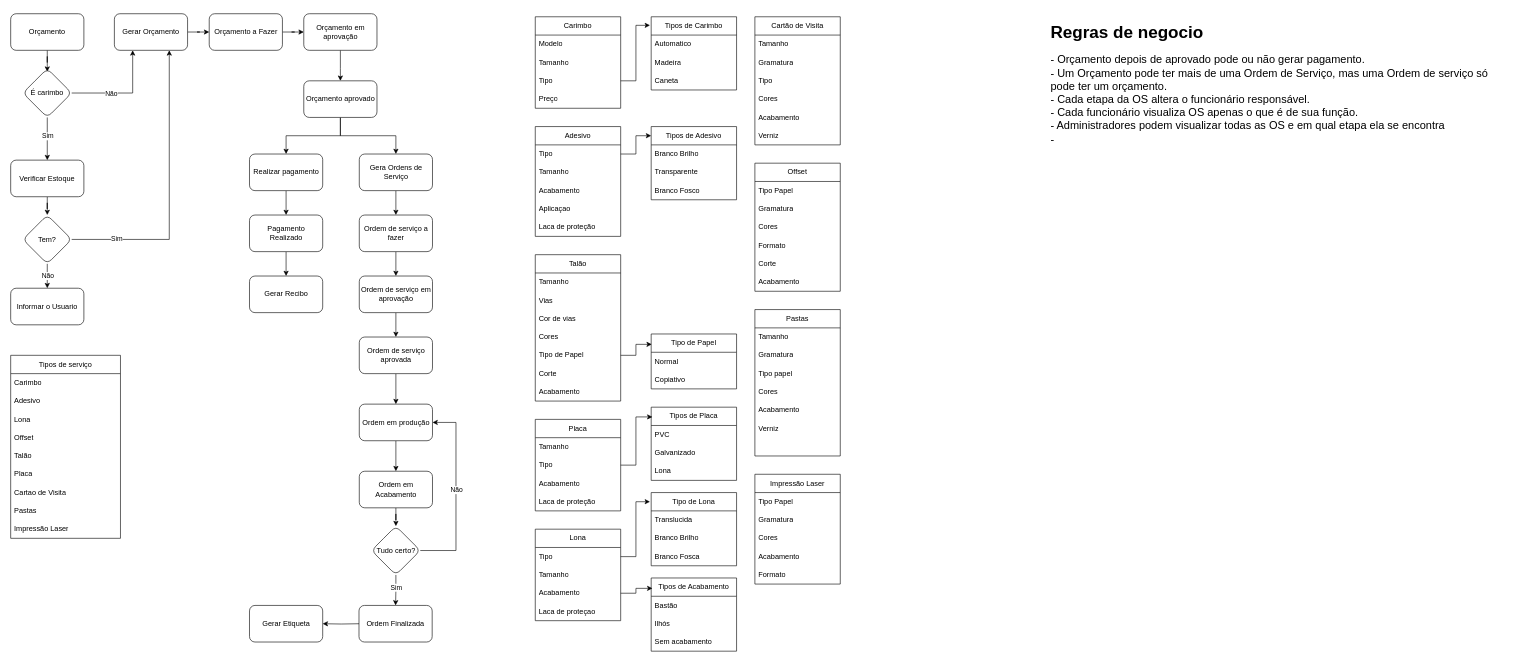
Above: Diagrama sem nome.drawio in lucasbins/diagrams (draw.io), before the change. Source tidied: cells renumbered, new cells numbered last; positions are measured from the earlier drawing's top-left corner, leaving out a move shared by most shapes. Both pictures are drawn from the tidied source at 61%, with x=0, y=0 at pixel (10, 13).
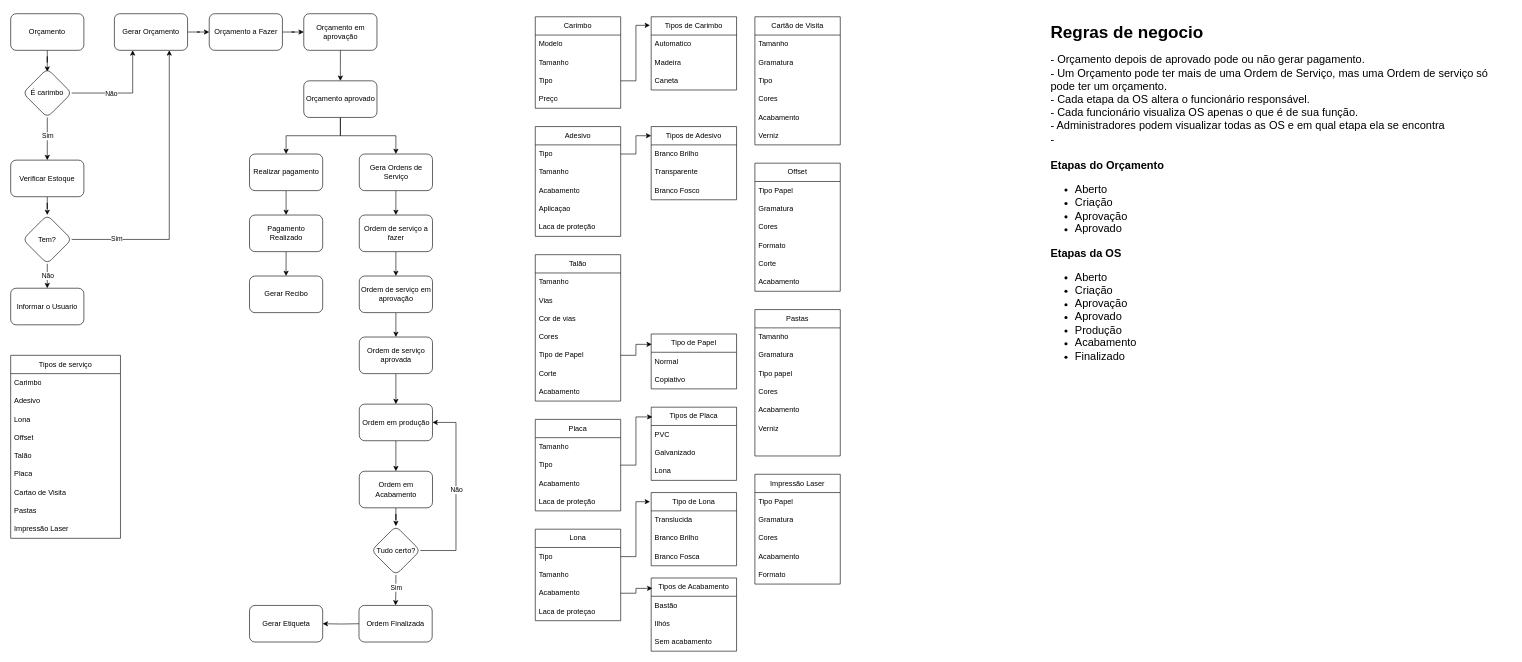
The same page after the edit.

Change to the diagram source:
```diff
@@
-    <mxCell id="147" value="&lt;h1 style=&quot;font-size: 28px;&quot;&gt;&lt;font style=&quot;font-size: 28px;&quot;&gt;Regras de negocio&lt;/font&gt;&lt;/h1&gt;&lt;div style=&quot;font-size: 18px;&quot;&gt;&lt;font style=&quot;font-size: 18px;&quot;&gt;- Orçamento depois de aprovado pode ou não gerar pagamento.&lt;/font&gt;&lt;/div&gt;&lt;div style=&quot;font-size: 18px;&quot;&gt;&lt;font style=&quot;font-size: 18px;&quot;&gt;- Um Orçamento pode ter mais de uma Ordem de Serviço, mas uma Ordem de serviço só pode ter um orçamento.&lt;/font&gt;&lt;/div&gt;&lt;div style=&quot;font-size: 18px;&quot;&gt;&lt;font style=&quot;font-size: 18px;&quot;&gt;- Cada etapa da OS altera o funcionário responsável.&lt;/font&gt;&lt;/div&gt;&lt;div style=&quot;font-size: 18px;&quot;&gt;&lt;font style=&quot;font-size: 18px;&quot;&gt;- Cada funcionário visualiza OS apenas o que é de sua função.&lt;/font&gt;&lt;/div&gt;&lt;div style=&quot;font-size: 18px;&quot;&gt;- Administradores podem visualizar todas as OS e em qual etapa ela se encontra&lt;/div&gt;&lt;div style=&quot;font-size: 18px;&quot;&gt;-&amp;nbsp;&lt;/div&gt;" style="text;html=1;strokeColor=none;fillColor=none;spacing=5;spacingTop=-20;whiteSpace=wrap;overflow=hidden;rounded=0;align=left;" parent="1" vertex="1">
+    <mxCell id="147" value="&lt;h1 style=&quot;font-size: 28px;&quot;&gt;&lt;font style=&quot;font-size: 28px;&quot;&gt;Regras de negocio&lt;/font&gt;&lt;/h1&gt;&lt;div style=&quot;font-size: 18px;&quot;&gt;&lt;font style=&quot;font-size: 18px;&quot;&gt;- Orçamento depois de aprovado pode ou não gerar pagamento.&lt;/font&gt;&lt;/div&gt;&lt;div style=&quot;font-size: 18px;&quot;&gt;&lt;font style=&quot;font-size: 18px;&quot;&gt;- Um Orçamento pode ter mais de uma Ordem de Serviço, mas uma Ordem de serviço só pode ter um orçamento.&lt;/font&gt;&lt;/div&gt;&lt;div style=&quot;font-size: 18px;&quot;&gt;&lt;font style=&quot;font-size: 18px;&quot;&gt;- Cada etapa da OS altera o funcionário responsável.&lt;/font&gt;&lt;/div&gt;&lt;div style=&quot;font-size: 18px;&quot;&gt;&lt;font style=&quot;font-size: 18px;&quot;&gt;- Cada funcionário visualiza OS apenas o que é de sua função.&lt;/font&gt;&lt;/div&gt;&lt;div style=&quot;font-size: 18px;&quot;&gt;- Administradores podem visualizar todas as OS e em qual etapa ela se encontra&lt;/div&gt;&lt;div style=&quot;font-size: 18px;&quot;&gt;-&amp;nbsp;&lt;/div&gt;&lt;div style=&quot;font-size: 18px;&quot;&gt;&lt;b&gt;&lt;br&gt;&lt;/b&gt;&lt;/div&gt;&lt;div style=&quot;font-size: 18px;&quot;&gt;&lt;b&gt;Etapas do Orçamento&lt;/b&gt;&lt;/div&gt;&lt;div style=&quot;font-size: 18px;&quot;&gt;&lt;ul&gt;&lt;li&gt;Aberto&lt;/li&gt;&lt;li&gt;Criação&lt;/li&gt;&lt;li&gt;Aprovação&lt;/li&gt;&lt;li&gt;Aprovado&lt;/li&gt;&lt;/ul&gt;&lt;div&gt;&lt;b&gt;Etapas da OS&lt;/b&gt;&lt;/div&gt;&lt;div&gt;&lt;ul&gt;&lt;li&gt;Aberto&lt;/li&gt;&lt;li&gt;Criação&lt;/li&gt;&lt;li&gt;Aprovação&lt;/li&gt;&lt;li&gt;Aprovado&lt;/li&gt;&lt;li&gt;Produção&lt;/li&gt;&lt;li&gt;Acabamento&lt;/li&gt;&lt;li&gt;Finalizado&lt;/li&gt;&lt;/ul&gt;&lt;/div&gt;&lt;/div&gt;" style="text;html=1;strokeColor=none;fillColor=none;spacing=5;spacingTop=-20;whiteSpace=wrap;overflow=hidden;rounded=0;align=left;" parent="1" vertex="1">
       <mxGeometry x="1700" y="5" width="760" height="1000" as="geometry" />
     </mxCell>
```
